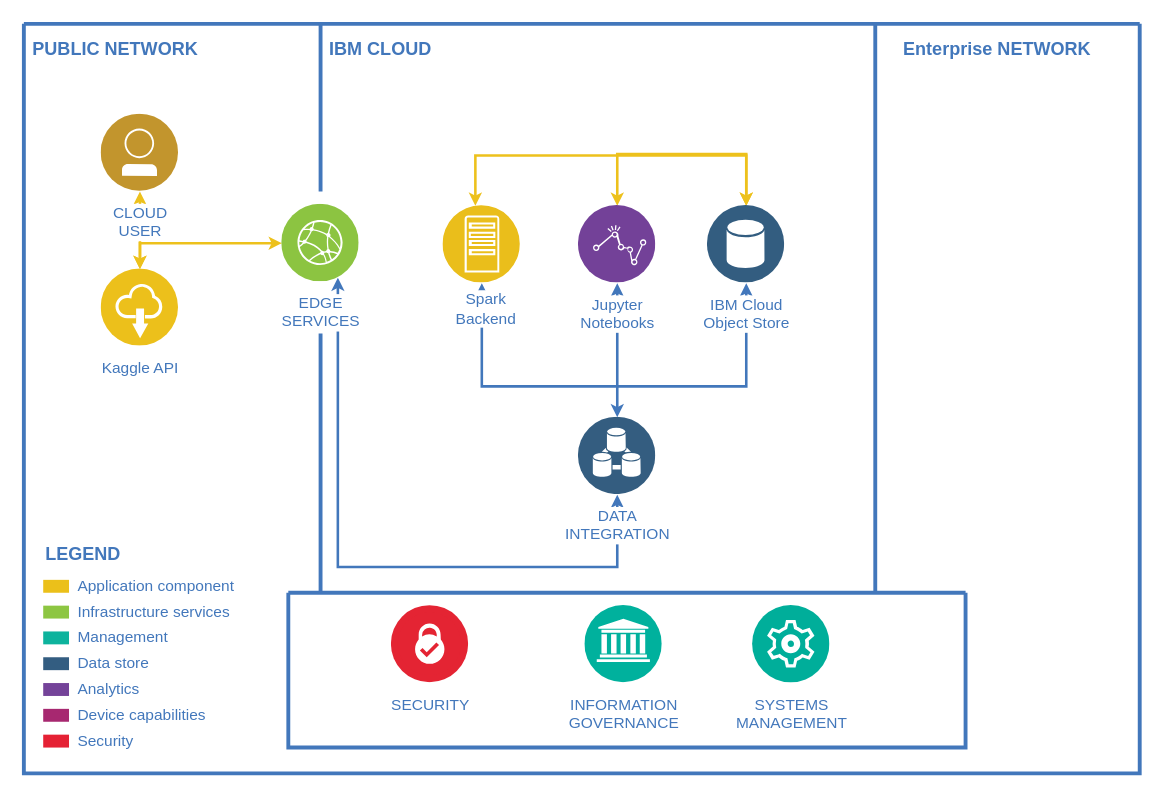
Earlier version of the draw.io diagram presentation/Architecture.drawio (tim6her/kaggle_desaster_detection). Source tidied: cells renumbered, new cells numbered last; positions are measured from the earlier drawing's top-left corner, leaving out a move shared by most shapes. Both pictures are drawn from the tidied source at 129%, with x=0, y=0 at pixel (23, 23).
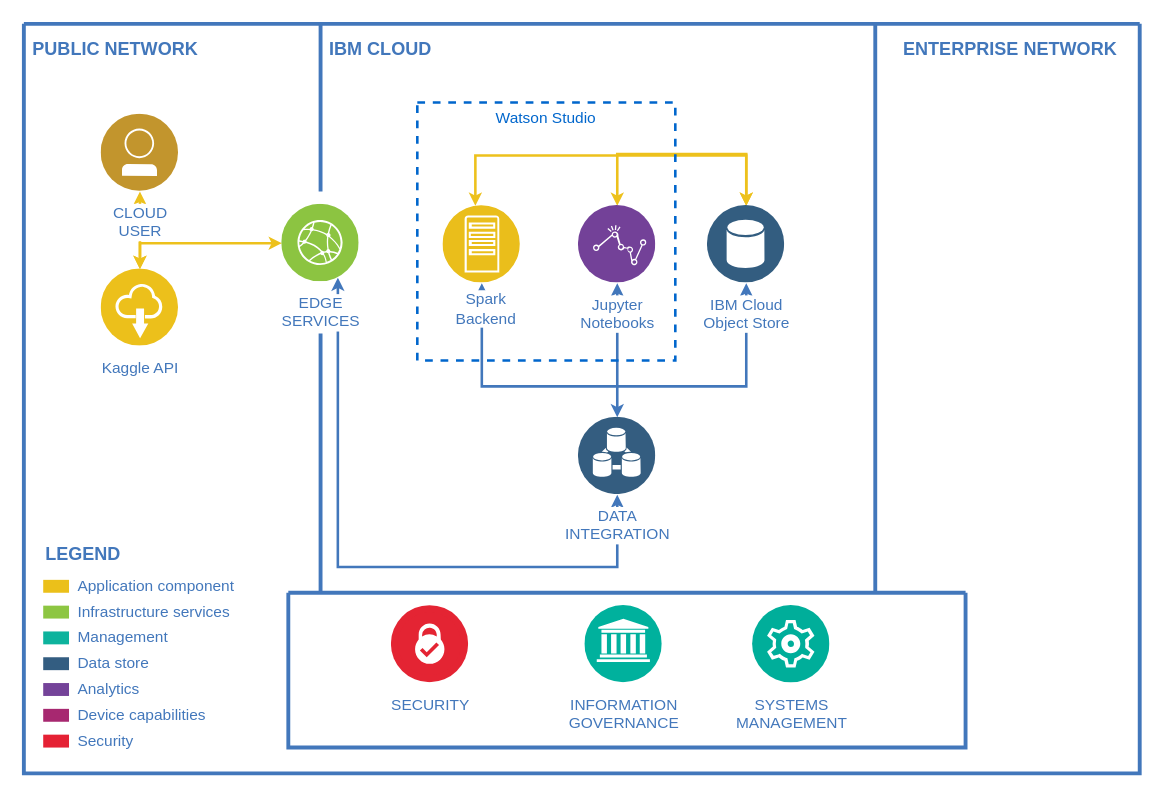
Above is the later version.

The change refers to these unchanged cells:
```xml
<mxCell id="2" style="swimlane;shadow=0;strokeColor=#4277BB;fillColor=#ffffff;fontColor=none;align=right;startSize=0;noLabel=1;strokeWidth=3;" parent="1" vertex="1">
  <mxGeometry width="865" height="581" as="geometry" />
</mxCell>
```

What changed in the source:
```diff
@@
-    <mxCell id="31" value="Enterprise NETWORK" style="text;html=1;align=left;verticalAlign=middle;fontColor=#4277BB;shadow=0;dashed=0;strokeColor=none;fillColor=none;labelBackgroundColor=none;fontStyle=1;fontSize=14;spacingLeft=5;" parent="2" vertex="1">
+    <mxCell id="31" value="ENTERPRISE NETWORK" style="text;html=1;align=left;verticalAlign=middle;fontColor=#4277BB;shadow=0;dashed=0;strokeColor=none;fillColor=none;labelBackgroundColor=none;fontStyle=1;fontSize=14;spacingLeft=5;" parent="2" vertex="1">
       <mxGeometry x="675" y="10" width="150" height="20" as="geometry" />
     </mxCell>
@@
+    <mxCell id="36" value="&lt;font color=&quot;#0066cc&quot;&gt;Watson Studio&lt;/font&gt;" style="fontStyle=0;verticalAlign=top;align=center;spacingTop=-2;fillColor=none;rounded=0;whiteSpace=wrap;html=1;strokeWidth=2;dashed=1;strokeColor=#0066CC;" parent="2" vertex="1">
+      <mxGeometry x="305" y="61" width="200" height="200" as="geometry" />
+    </mxCell>
```
